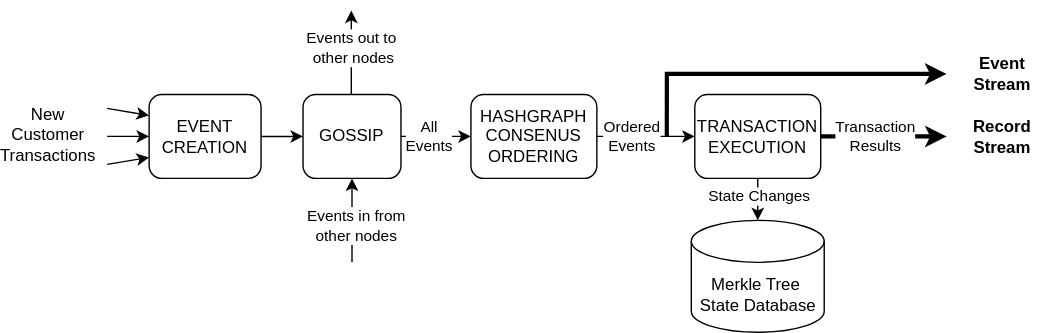
Above: assets/hip-1056/record-stream-event-stream.svg in hashgraph/hedera-improvement-proposal (draw.io), before the change. Source tidied: cells renumbered, new cells last; positions are measured from the earlier drawing's top-left corner, leaving out a move shared by most shapes.
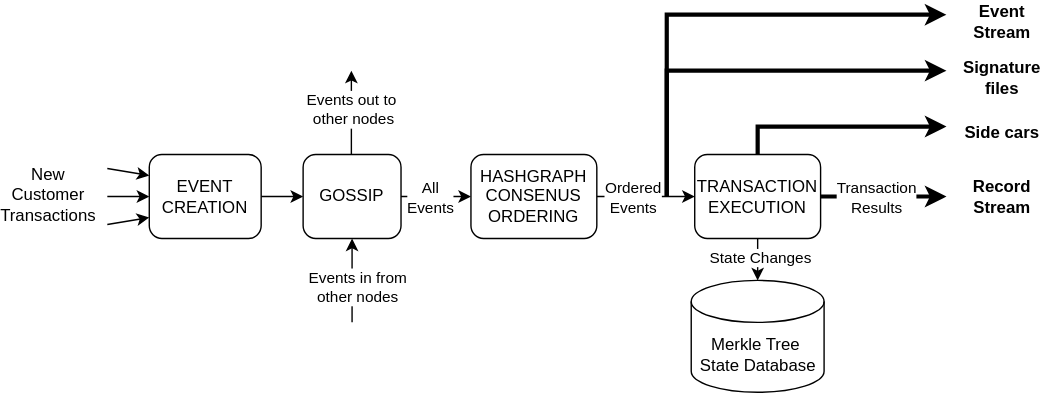
The same file after the commit.

Commit message:
Added side car and signature sto diagram and added proof scenarios

The edit, as a diff of the source:
```diff
@@ -67,6 +67,23 @@
     <mxCell id="17" value="Transaction&lt;div&gt;Results&lt;/div&gt;" style="edgeLabel;html=1;align=center;verticalAlign=middle;" parent="16" vertex="1">
       <mxGeometry x="-0.14" relative="1" as="geometry" />
     </mxCell>
+    <mxCell id="28" style="edgeStyle=orthogonalEdgeStyle;rounded=0;jettySize=auto;html=1;exitX=0.5;exitY=0;exitDx=0;exitDy=0;strokeWidth=3;" parent="1" edge="1" source="18">
+      <mxGeometry relative="1" as="geometry">
+        <mxPoint x="672" y="40" as="targetPoint" />
+        <Array as="points">
+          <mxPoint x="537" y="40" />
+        </Array>
+      </mxGeometry>
+    </mxCell>
+    <mxCell id="29" style="edgeStyle=orthogonalEdgeStyle;rounded=0;orthogonalLoop=1;jettySize=auto;html=1;strokeWidth=3;" parent="1" edge="1">
+      <mxGeometry relative="1" as="geometry">
+        <mxPoint x="472" y="90" as="sourcePoint" />
+        <mxPoint x="672" as="targetPoint" />
+        <Array as="points">
+          <mxPoint x="472" />
+        </Array>
+      </mxGeometry>
+    </mxCell>
     <mxCell id="18" value="TRANSACTION EXECUTION" style="rounded=1;whiteSpace=wrap;html=1;" parent="1" vertex="1">
       <mxGeometry x="492" y="60" width="90" height="60" as="geometry" />
     </mxCell>
@@ -90,21 +107,27 @@
     <mxCell id="24" value="State Changes" style="edgeLabel;html=1;align=center;verticalAlign=middle;" parent="23" vertex="1">
       <mxGeometry x="-0.48" y="1" relative="1" as="geometry" />
     </mxCell>
-    <mxCell id="25" style="edgeStyle=orthogonalEdgeStyle;rounded=0;orthogonalLoop=1;jettySize=auto;html=1;entryX=-0.001;entryY=0.169;entryDx=0;entryDy=0;entryPerimeter=0;endSize=6;strokeWidth=3;" parent="1" edge="1">
-      <mxGeometry relative="1" as="geometry">
-        <mxPoint x="472" y="90" as="sourcePoint" />
-        <mxPoint x="671.9" y="45.3" as="targetPoint" />
-        <Array as="points">
-          <mxPoint x="472" y="90" />
-          <mxPoint x="472" y="45" />
-        </Array>
-      </mxGeometry>
-    </mxCell>
     <mxCell id="26" value="&lt;b&gt;Record Stream&lt;/b&gt;" style="text;html=1;align=center;verticalAlign=middle;whiteSpace=wrap;rounded=0;" parent="1" vertex="1">
       <mxGeometry x="682" y="75" width="60" height="30" as="geometry" />
     </mxCell>
     <mxCell id="27" value="&lt;b&gt;Event Stream&lt;/b&gt;" style="text;html=1;align=center;verticalAlign=middle;whiteSpace=wrap;rounded=0;" parent="1" vertex="1">
-      <mxGeometry x="682" y="30" width="60" height="30" as="geometry" />
+      <mxGeometry x="682" y="-50" width="60" height="30" as="geometry" />
     </mxCell>
+    <mxCell id="30" value="&lt;b&gt;Side cars&lt;br&gt;&lt;/b&gt;" style="text;html=1;align=center;verticalAlign=middle;whiteSpace=wrap;rounded=0;" parent="1" vertex="1">
+      <mxGeometry x="682" y="30" width="60" height="30" as="geometry" />
+    </mxCell>
+    <mxCell id="31" value="&lt;b&gt;Signature files&lt;br&gt;&lt;/b&gt;" style="text;html=1;align=center;verticalAlign=middle;whiteSpace=wrap;rounded=0;" parent="1" vertex="1">
+      <mxGeometry x="682" y="-10" width="60" height="30" as="geometry" />
+    </mxCell>
+    <mxCell id="32" style="edgeStyle=orthogonalEdgeStyle;rounded=0;orthogonalLoop=1;jettySize=auto;html=1;entryX=-0.001;entryY=0.169;entryDx=0;entryDy=0;entryPerimeter=0;endSize=6;strokeWidth=3;" parent="1" edge="1">
+      <mxGeometry relative="1" as="geometry">
+        <mxPoint x="472" y="90" as="sourcePoint" />
+        <mxPoint x="671.9" y="-40" as="targetPoint" />
+        <Array as="points">
+          <mxPoint x="472" y="4.6" />
+          <mxPoint x="472" y="-40.4" />
+        </Array>
+      </mxGeometry>
+    </mxCell>
   </root>
 </mxGraphModel>
```
